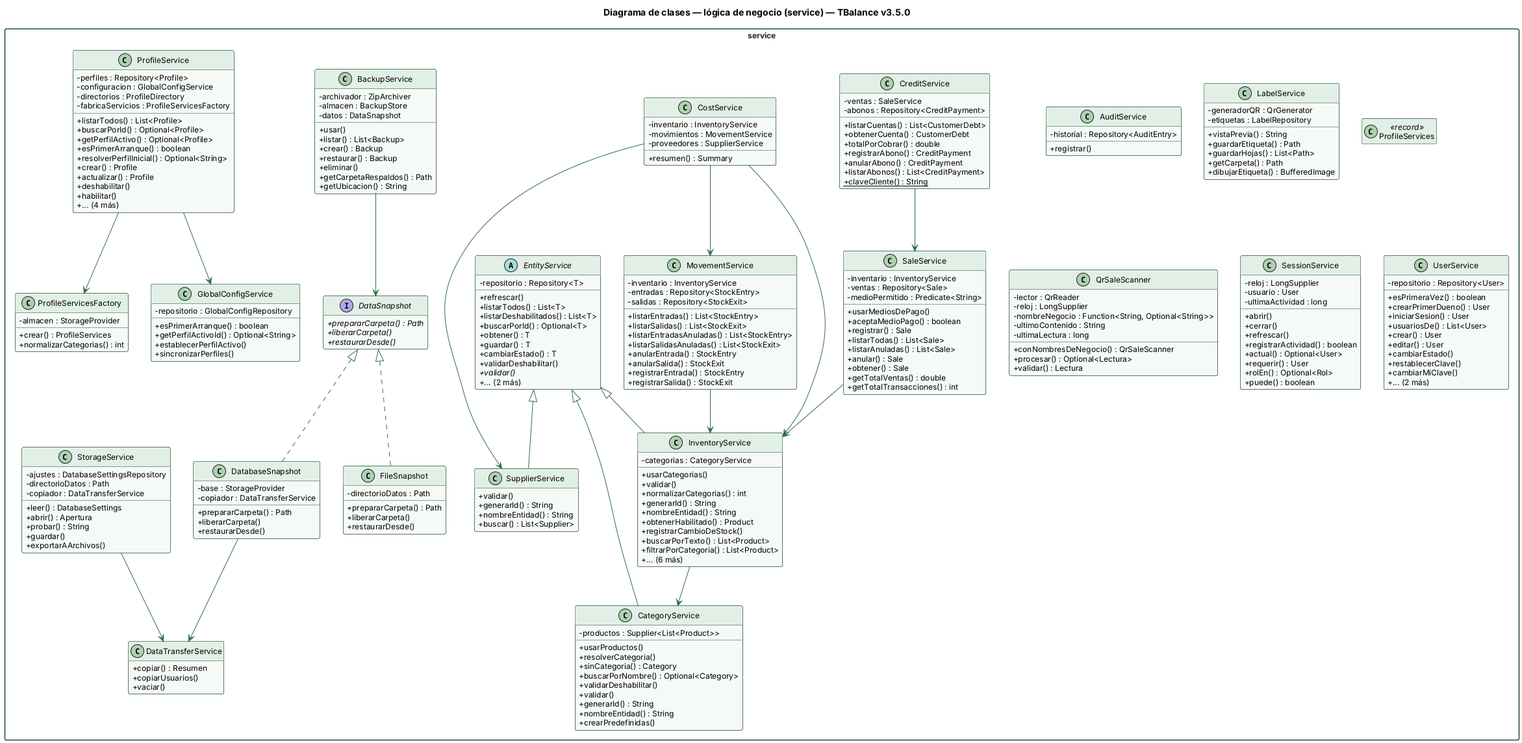
Before: docs/diagramas/clases-servicios.png, a diagram exported from PlantUML (erickf-dev/TBalance). The source it was exported from:
```plantuml
@startuml
skinparam shadowing false
skinparam defaultFontName Helvetica
skinparam defaultFontSize 12
skinparam classAttributeIconSize 0
skinparam packageStyle rectangle
skinparam ArrowColor #2e6b4f
skinparam class {
  BackgroundColor #f5faf6
  BorderColor #1e4a35
  HeaderBackgroundColor #e2efe6
}
skinparam package {
  BorderColor #1e4a35
  FontColor #14281d
}
hide empty members

title Diagrama de clases — lógica de negocio (service) — TBalance v3.5.0

package service {
class AuditService {
  - historial : Repository<AuditEntry>
  + registrar()
}
class BackupService {
  - archivador : ZipArchiver
  - almacen : BackupStore
  - datos : DataSnapshot
  + usar()
  + listar() : List<Backup>
  + crear() : Backup
  + restaurar() : Backup
  + eliminar()
  + getCarpetaRespaldos() : Path
  + getUbicacion() : String
}
class CategoryService {
  - productos : Supplier<List<Product>>
  + usarProductos()
  + resolverCategoria()
  + sinCategoria() : Category
  + buscarPorNombre() : Optional<Category>
  + validarDeshabilitar()
  + validar()
  + generarId() : String
  + nombreEntidad() : String
  + crearPredefinidas()
}
class CostService {
  - inventario : InventoryService
  - movimientos : MovementService
  - proveedores : SupplierService
  + resumen() : Summary
}
class CreditService {
  - ventas : SaleService
  - abonos : Repository<CreditPayment>
  + listarCuentas() : List<CustomerDebt>
  + obtenerCuenta() : CustomerDebt
  + totalPorCobrar() : double
  + registrarAbono() : CreditPayment
  + anularAbono() : CreditPayment
  + listarAbonos() : List<CreditPayment>
  + {static} claveCliente() : String
}
interface DataSnapshot {
  + {abstract} prepararCarpeta() : Path
  + {abstract} liberarCarpeta()
  + {abstract} restaurarDesde()
}
class DataTransferService {
  + copiar() : Resumen
  + copiarUsuarios()
  + vaciar()
}
class DatabaseSnapshot {
  - base : StorageProvider
  - copiador : DataTransferService
  + prepararCarpeta() : Path
  + liberarCarpeta()
  + restaurarDesde()
}
abstract class EntityService {
  - repositorio : Repository<T>
  + refrescar()
  + listarTodos() : List<T>
  + listarDeshabilitados() : List<T>
  + buscarPorId() : Optional<T>
  + obtener() : T
  + guardar() : T
  + cambiarEstado() : T
  + validarDeshabilitar()
  + {abstract} validar()
  + ... (2 más)
}
class FileSnapshot {
  - directorioDatos : Path
  + prepararCarpeta() : Path
  + liberarCarpeta()
  + restaurarDesde()
}
class GlobalConfigService {
  - repositorio : GlobalConfigRepository
  + esPrimerArranque() : boolean
  + getPerfilActivoId() : Optional<String>
  + establecerPerfilActivo()
  + sincronizarPerfiles()
}
class InventoryService {
  - categorias : CategoryService
  + usarCategorias()
  + validar()
  + normalizarCategorias() : int
  + generarId() : String
  + nombreEntidad() : String
  + obtenerHabilitado() : Product
  + registrarCambioDeStock()
  + buscarPorTexto() : List<Product>
  + filtrarPorCategoria() : List<Product>
  + ... (6 más)
}
class LabelService {
  - generadorQR : QrGenerator
  - etiquetas : LabelRepository
  + vistaPrevia() : String
  + guardarEtiqueta() : Path
  + guardarHojas() : List<Path>
  + getCarpeta() : Path
  + dibujarEtiqueta() : BufferedImage
}
class MovementService {
  - inventario : InventoryService
  - entradas : Repository<StockEntry>
  - salidas : Repository<StockExit>
  + listarEntradas() : List<StockEntry>
  + listarSalidas() : List<StockExit>
  + listarEntradasAnuladas() : List<StockEntry>
  + listarSalidasAnuladas() : List<StockExit>
  + anularEntrada() : StockEntry
  + anularSalida() : StockExit
  + registrarEntrada() : StockEntry
  + registrarSalida() : StockExit
}
class ProfileService {
  - perfiles : Repository<Profile>
  - configuracion : GlobalConfigService
  - directorios : ProfileDirectory
  - fabricaServicios : ProfileServicesFactory
  + listarTodos() : List<Profile>
  + buscarPorId() : Optional<Profile>
  + getPerfilActivo() : Optional<Profile>
  + esPrimerArranque() : boolean
  + resolverPerfilInicial() : Optional<String>
  + crear() : Profile
  + actualizar() : Profile
  + deshabilitar()
  + habilitar()
  + ... (4 más)
}
class ProfileServices <<record>> {
}
class ProfileServicesFactory {
  - almacen : StorageProvider
  + crear() : ProfileServices
  + normalizarCategorias() : int
}
class QrSaleScanner {
  - lector : QrReader
  - reloj : LongSupplier
  - nombreNegocio : Function<String, Optional<String>>
  - ultimoContenido : String
  - ultimaLectura : long
  + conNombresDeNegocio() : QrSaleScanner
  + procesar() : Optional<Lectura>
  + validar() : Lectura
}
class SaleService {
  - inventario : InventoryService
  - ventas : Repository<Sale>
  - medioPermitido : Predicate<String>
  + usarMediosDePago()
  + aceptaMedioPago() : boolean
  + registrar() : Sale
  + listarTodas() : List<Sale>
  + listarAnuladas() : List<Sale>
  + anular() : Sale
  + obtener() : Sale
  + getTotalVentas() : double
  + getTotalTransacciones() : int
}
class SessionService {
  - reloj : LongSupplier
  - usuario : User
  - ultimaActividad : long
  + abrir()
  + cerrar()
  + refrescar()
  + registrarActividad() : boolean
  + actual() : Optional<User>
  + requerir() : User
  + rolEn() : Optional<Rol>
  + puede() : boolean
}
class StorageService {
  - ajustes : DatabaseSettingsRepository
  - directorioDatos : Path
  - copiador : DataTransferService
  + leer() : DatabaseSettings
  + abrir() : Apertura
  + probar() : String
  + guardar()
  + exportarAArchivos()
}
class SupplierService {
  + validar()
  + generarId() : String
  + nombreEntidad() : String
  + buscar() : List<Supplier>
}
class UserService {
  - repositorio : Repository<User>
  + esPrimeraVez() : boolean
  + crearPrimerDueno() : User
  + iniciarSesion() : User
  + usuariosDe() : List<User>
  + crear() : User
  + editar() : User
  + cambiarEstado()
  + restablecerClave()
  + cambiarMiClave()
  + ... (2 más)
}
}
BackupService --> DataSnapshot
CostService --> InventoryService
CostService --> MovementService
CostService --> SupplierService
CreditService --> SaleService
DataSnapshot <|.. DatabaseSnapshot
DataSnapshot <|.. FileSnapshot
DatabaseSnapshot --> DataTransferService
EntityService <|-- CategoryService
EntityService <|-- InventoryService
EntityService <|-- SupplierService
InventoryService --> CategoryService
MovementService --> InventoryService
ProfileService --> GlobalConfigService
ProfileService --> ProfileServicesFactory
SaleService --> InventoryService
StorageService --> DataTransferService
@enduml
```
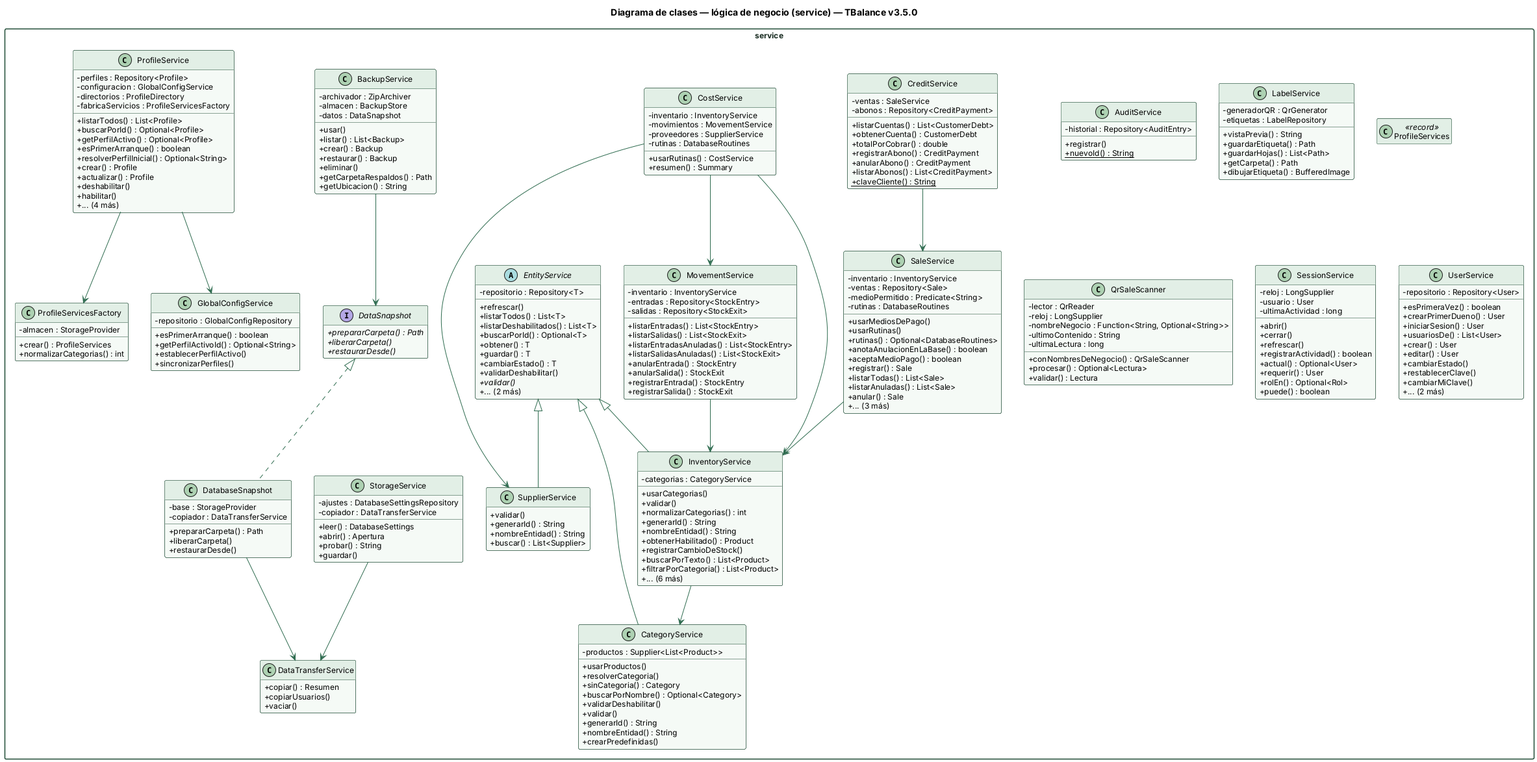
Later version of the same file.

What changed in the source:
```diff
@@ -22,6 +22,7 @@
 class AuditService {
   - historial : Repository<AuditEntry>
   + registrar()
+  + {static} nuevoId() : String
 }
 class BackupService {
   - archivador : ZipArchiver
@@ -51,6 +52,8 @@
   - inventario : InventoryService
   - movimientos : MovementService
   - proveedores : SupplierService
+  - rutinas : DatabaseRoutines
+  + usarRutinas() : CostService
   + resumen() : Summary
 }
 class CreditService {
@@ -93,12 +96,6 @@
   + validarDeshabilitar()
   + {abstract} validar()
   + ... (2 más)
-}
-class FileSnapshot {
-  - directorioDatos : Path
-  + prepararCarpeta() : Path
-  + liberarCarpeta()
-  + restaurarDesde()
 }
 class GlobalConfigService {
   - repositorio : GlobalConfigRepository
@@ -179,15 +176,17 @@
   - inventario : InventoryService
   - ventas : Repository<Sale>
   - medioPermitido : Predicate<String>
+  - rutinas : DatabaseRoutines
   + usarMediosDePago()
+  + usarRutinas()
+  + rutinas() : Optional<DatabaseRoutines>
+  + anotaAnulacionEnLaBase() : boolean
   + aceptaMedioPago() : boolean
   + registrar() : Sale
   + listarTodas() : List<Sale>
   + listarAnuladas() : List<Sale>
   + anular() : Sale
-  + obtener() : Sale
-  + getTotalVentas() : double
-  + getTotalTransacciones() : int
+  + ... (3 más)
 }
 class SessionService {
   - reloj : LongSupplier
@@ -204,13 +203,11 @@
 }
 class StorageService {
   - ajustes : DatabaseSettingsRepository
-  - directorioDatos : Path
   - copiador : DataTransferService
   + leer() : DatabaseSettings
   + abrir() : Apertura
   + probar() : String
   + guardar()
-  + exportarAArchivos()
 }
 class SupplierService {
   + validar()
@@ -238,7 +235,6 @@
 CostService --> SupplierService
 CreditService --> SaleService
 DataSnapshot <|.. DatabaseSnapshot
-DataSnapshot <|.. FileSnapshot
 DatabaseSnapshot --> DataTransferService
 EntityService <|-- CategoryService
 EntityService <|-- InventoryService
```
